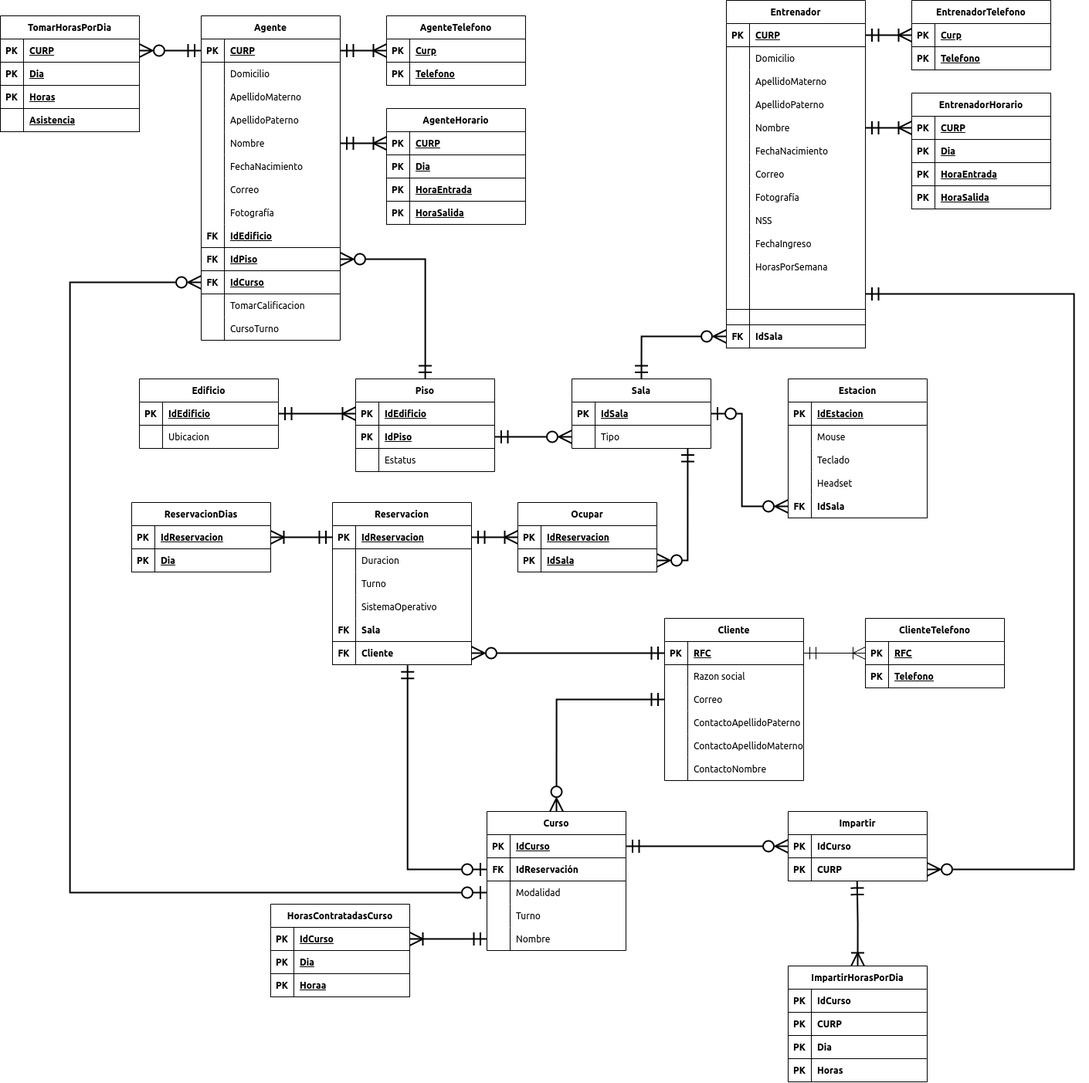
The draw.io diagram ProyectoFinal/Diagramas/Relacional.png in frgaray/FBD-2023-1, before a commit. Source tidied: cells renumbered, new cells last; positions are measured from the earlier drawing's top-left corner, leaving out a move shared by most shapes.
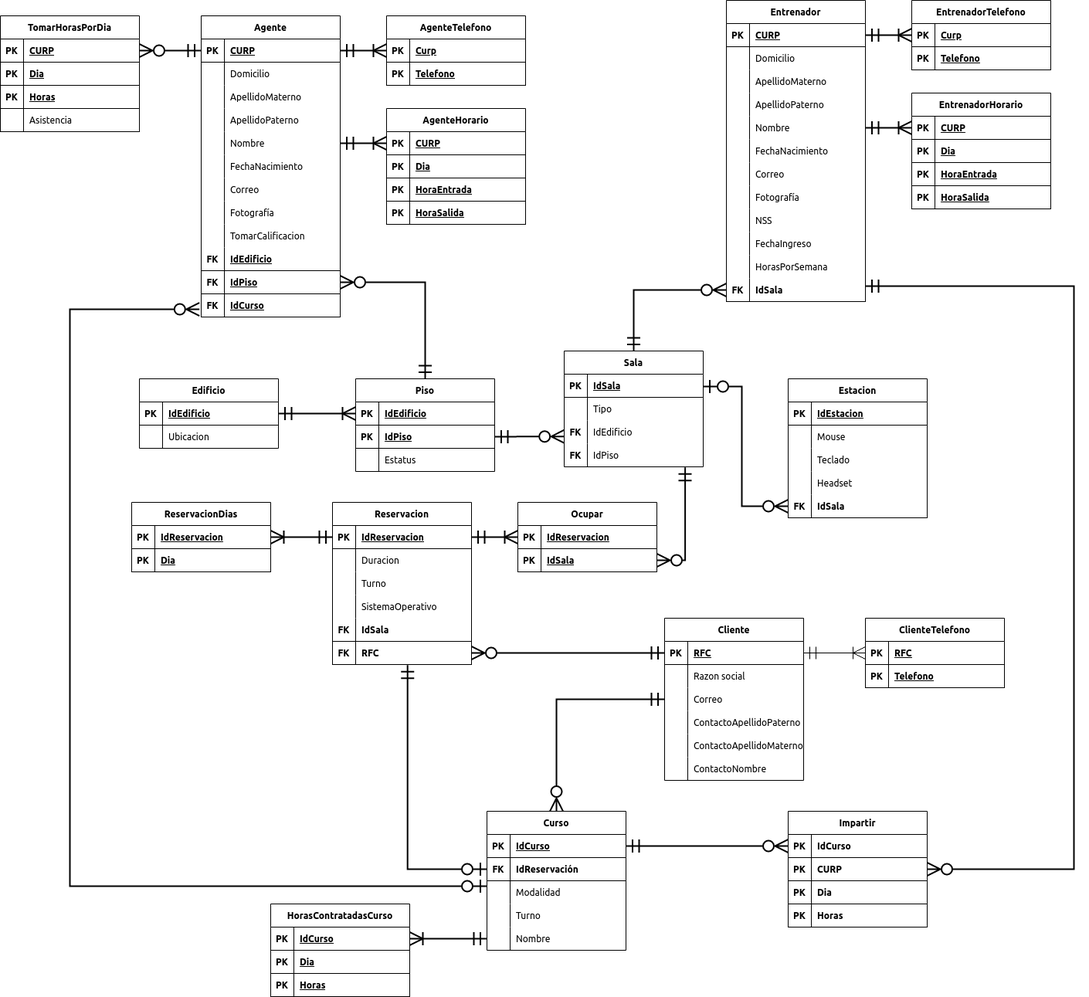
Above is the later version.

What changed in the source:
```diff
@@ -59,3 +59,3 @@
     <mxCell id="20" value="Sala" style="shape=table;startSize=30;rowLines=0;fontStyle=1;align=center;" parent="1" vertex="1">
-      <mxGeometry x="740" y="490" width="180" height="90" as="geometry" />
+      <mxGeometry x="730" y="454" width="180" height="150" as="geometry" />
     </mxCell>
@@ -79,6 +79,22 @@
     </mxCell>
+    <mxCell id="305" style="shape=tableRow;horizontal=0;startSize=0;swimlaneHead=0;swimlaneBody=0;fillColor=none;points=[[0,0.5],[1,0.5]];portConstraint=eastwest;top=0;left=0;right=0;bottom=0;" parent="20" vertex="1">
+      <mxGeometry y="90" width="180" height="30" as="geometry" />
+    </mxCell>
+    <mxCell id="306" value="FK" style="shape=partialRectangle;fillColor=none;top=0;left=0;bottom=0;right=0;overflow=hidden;fontStyle=1;" parent="305" vertex="1">
+      <mxGeometry width="30" height="30" as="geometry" />
+    </mxCell>
+    <mxCell id="307" value="IdEdificio" style="shape=partialRectangle;fillColor=none;top=0;left=0;bottom=0;right=0;align=left;spacingLeft=6;overflow=hidden;" parent="305" vertex="1">
+      <mxGeometry x="30" width="150" height="30" as="geometry" />
+    </mxCell>
+    <mxCell id="308" style="shape=tableRow;horizontal=0;startSize=0;swimlaneHead=0;swimlaneBody=0;fillColor=none;points=[[0,0.5],[1,0.5]];portConstraint=eastwest;top=0;left=0;right=0;bottom=0;" parent="20" vertex="1">
+      <mxGeometry y="120" width="180" height="30" as="geometry" />
+    </mxCell>
+    <mxCell id="309" value="FK" style="shape=partialRectangle;fillColor=none;top=0;left=0;bottom=0;right=0;overflow=hidden;fontStyle=1;" parent="308" vertex="1">
+      <mxGeometry width="30" height="30" as="geometry" />
+    </mxCell>
+    <mxCell id="310" value="IdPiso" style="shape=partialRectangle;fillColor=none;top=0;left=0;bottom=0;right=0;align=left;spacingLeft=6;overflow=hidden;" parent="308" vertex="1">
+      <mxGeometry x="30" width="150" height="30" as="geometry" />
+    </mxCell>
-    <mxCell id="27" style="edgeStyle=orthogonalEdgeStyle;rounded=0;jettySize=auto;html=1;exitX=0;exitY=0.5;exitDx=0;exitDy=0;entryX=1;entryY=0.5;entryDx=0;entryDy=0;startArrow=ERzeroToMany;startFill=0;endArrow=ERmandOne;endFill=0;startSize=14;endSize=14;strokeWidth=2;" parent="1" edge="1" target="13">
-      <mxGeometry relative="1" as="geometry">
-        <mxPoint x="740" y="565" as="sourcePoint" />
-      </mxGeometry>
+    <mxCell id="27" style="edgeStyle=orthogonalEdgeStyle;rounded=0;jettySize=auto;html=1;exitX=0.001;exitY=0.69;exitDx=0;exitDy=0;entryX=1;entryY=0.5;entryDx=0;entryDy=0;startArrow=ERzeroToMany;startFill=0;endArrow=ERmandOne;endFill=0;startSize=14;endSize=14;strokeWidth=2;exitPerimeter=0;" parent="1" edge="1" source="305" target="13">
+      <mxGeometry relative="1" as="geometry" />
     </mxCell>
@@ -136,3 +152,4 @@
           <mxPoint x="960" y="655" />
-          <mxPoint x="960" y="535" />
+          <mxPoint x="960" y="500" />
+          <mxPoint x="910" y="500" />
         </Array>
@@ -270,3 +287,3 @@
     <mxCell id="88" value="Agente" style="shape=table;startSize=30;rowLines=0;fontStyle=1;align=center;" parent="1" vertex="1">
-      <mxGeometry x="260" y="20" width="180" height="420" as="geometry" />
+      <mxGeometry x="260" y="20" width="180" height="390" as="geometry" />
     </mxCell>
@@ -344,4 +361,13 @@
     </mxCell>
+    <mxCell id="122" style="shape=tableRow;horizontal=0;startSize=0;swimlaneHead=0;swimlaneBody=0;fillColor=none;top=0;left=0;right=0;bottom=0;" parent="88" vertex="1">
+      <mxGeometry y="270" width="180" height="30" as="geometry" />
+    </mxCell>
+    <mxCell id="123" style="shape=partialRectangle;fillColor=none;top=0;left=0;bottom=0;right=0;overflow=hidden;" parent="122" vertex="1">
+      <mxGeometry width="30" height="30" as="geometry" />
+    </mxCell>
+    <mxCell id="124" value="TomarCalificacion" style="shape=partialRectangle;fillColor=none;top=0;left=0;bottom=0;right=0;align=left;spacingLeft=6;overflow=hidden;" parent="122" vertex="1">
+      <mxGeometry x="30" width="150" height="30" as="geometry" />
+    </mxCell>
     <mxCell id="113" style="shape=tableRow;horizontal=0;startSize=0;swimlaneHead=0;swimlaneBody=0;fillColor=none;top=0;left=0;right=0;bottom=1;" parent="88" vertex="1">
-      <mxGeometry y="270" width="180" height="30" as="geometry" />
+      <mxGeometry y="300" width="180" height="30" as="geometry" />
     </mxCell>
@@ -354,3 +380,3 @@
     <mxCell id="116" style="shape=tableRow;horizontal=0;startSize=0;swimlaneHead=0;swimlaneBody=0;fillColor=none;points=[[0,0.5],[1,0.5]];portConstraint=eastwest;top=0;left=0;right=0;bottom=1;" parent="88" vertex="1">
-      <mxGeometry y="300" width="180" height="30" as="geometry" />
+      <mxGeometry y="330" width="180" height="30" as="geometry" />
     </mxCell>
@@ -363,3 +389,3 @@
     <mxCell id="119" style="shape=tableRow;horizontal=0;startSize=0;swimlaneHead=0;swimlaneBody=0;fillColor=none;points=[[0,0.5],[1,0.5]];portConstraint=eastwest;top=0;left=0;right=0;bottom=1;" parent="88" vertex="1">
-      <mxGeometry y="330" width="180" height="30" as="geometry" />
+      <mxGeometry y="360" width="180" height="30" as="geometry" />
     </mxCell>
@@ -371,20 +397,2 @@
     </mxCell>
-    <mxCell id="122" style="shape=tableRow;horizontal=0;startSize=0;swimlaneHead=0;swimlaneBody=0;fillColor=none;top=0;left=0;right=0;bottom=0;" parent="88" vertex="1">
-      <mxGeometry y="360" width="180" height="30" as="geometry" />
-    </mxCell>
-    <mxCell id="123" style="shape=partialRectangle;fillColor=none;top=0;left=0;bottom=0;right=0;overflow=hidden;" parent="122" vertex="1">
-      <mxGeometry width="30" height="30" as="geometry" />
-    </mxCell>
-    <mxCell id="124" value="TomarCalificacion" style="shape=partialRectangle;fillColor=none;top=0;left=0;bottom=0;right=0;align=left;spacingLeft=6;overflow=hidden;" parent="122" vertex="1">
-      <mxGeometry x="30" width="150" height="30" as="geometry" />
-    </mxCell>
-    <mxCell id="125" style="shape=tableRow;horizontal=0;startSize=0;swimlaneHead=0;swimlaneBody=0;fillColor=none;top=0;left=0;right=0;bottom=0;" parent="88" vertex="1">
-      <mxGeometry y="390" width="180" height="30" as="geometry" />
-    </mxCell>
-    <mxCell id="126" style="shape=partialRectangle;fillColor=none;top=0;left=0;bottom=0;right=0;overflow=hidden;" parent="125" vertex="1">
-      <mxGeometry width="30" height="30" as="geometry" />
-    </mxCell>
-    <mxCell id="127" value="CursoTurno" style="shape=partialRectangle;fillColor=none;top=0;left=0;bottom=0;right=0;align=left;spacingLeft=6;overflow=hidden;" parent="125" vertex="1">
-      <mxGeometry x="30" width="150" height="30" as="geometry" />
-    </mxCell>
     <mxCell id="128" value="AgenteTelefono" style="shape=table;startSize=30;rowLines=0;fontStyle=1;align=center;" parent="1" vertex="1">
@@ -414,3 +422,3 @@
     <mxCell id="136" value="Entrenador" style="shape=table;startSize=30;rowLines=0;fontStyle=1;align=center;" parent="1" vertex="1">
-      <mxGeometry x="940" width="180" height="450" as="geometry" />
+      <mxGeometry x="940" width="180" height="390" as="geometry" />
     </mxCell>
@@ -515,22 +523,4 @@
     </mxCell>
-    <mxCell id="170" style="shape=tableRow;horizontal=0;startSize=0;swimlaneHead=0;swimlaneBody=0;fillColor=none;points=[[0,0.5],[1,0.5]];portConstraint=eastwest;top=0;left=0;right=0;bottom=1;" parent="136" vertex="1">
-      <mxGeometry y="360" width="180" height="40" as="geometry" />
-    </mxCell>
-    <mxCell id="171" style="shape=partialRectangle;fillColor=none;top=0;left=0;bottom=0;right=0;fontStyle=1;overflow=hidden;" parent="170" vertex="1">
-      <mxGeometry width="30" height="40" as="geometry" />
-    </mxCell>
-    <mxCell id="172" style="shape=partialRectangle;fillColor=none;top=0;left=0;bottom=0;right=0;align=left;spacingLeft=6;fontStyle=1;overflow=hidden;" parent="170" vertex="1">
-      <mxGeometry x="30" width="150" height="40" as="geometry" />
-    </mxCell>
-    <mxCell id="173" style="shape=tableRow;horizontal=0;startSize=0;swimlaneHead=0;swimlaneBody=0;fillColor=none;top=0;left=0;right=0;bottom=1;" parent="136" vertex="1">
-      <mxGeometry y="400" width="180" height="20" as="geometry" />
-    </mxCell>
-    <mxCell id="174" style="shape=partialRectangle;fillColor=none;top=0;left=0;bottom=0;right=0;fontStyle=1;overflow=hidden;" parent="173" vertex="1">
-      <mxGeometry width="30" height="20" as="geometry" />
-    </mxCell>
-    <mxCell id="175" style="shape=partialRectangle;fillColor=none;top=0;left=0;bottom=0;right=0;align=left;spacingLeft=6;fontStyle=1;overflow=hidden;" parent="173" vertex="1">
-      <mxGeometry x="30" width="150" height="20" as="geometry" />
-    </mxCell>
     <mxCell id="176" style="shape=tableRow;horizontal=0;startSize=0;swimlaneHead=0;swimlaneBody=0;fillColor=none;points=[[0,0.5],[1,0.5]];portConstraint=eastwest;top=0;left=0;right=0;bottom=1;" parent="136" vertex="1">
-      <mxGeometry y="420" width="180" height="30" as="geometry" />
+      <mxGeometry y="360" width="180" height="30" as="geometry" />
     </mxCell>
@@ -701,3 +691,3 @@
     </mxCell>
-    <mxCell id="232" value="Sala" style="shape=partialRectangle;fillColor=none;top=0;left=0;bottom=0;right=0;align=left;spacingLeft=6;fontStyle=1;overflow=hidden;" parent="230" vertex="1">
+    <mxCell id="232" value="IdSala" style="shape=partialRectangle;fillColor=none;top=0;left=0;bottom=0;right=0;align=left;spacingLeft=6;fontStyle=1;overflow=hidden;" parent="230" vertex="1">
       <mxGeometry x="30" width="150" height="30" as="geometry" />
@@ -710,3 +700,3 @@
     </mxCell>
-    <mxCell id="235" value="Cliente" style="shape=partialRectangle;fillColor=none;top=0;left=0;bottom=0;right=0;align=left;spacingLeft=6;fontStyle=1;overflow=hidden;" parent="233" vertex="1">
+    <mxCell id="235" value="RFC" style="shape=partialRectangle;fillColor=none;top=0;left=0;bottom=0;right=0;align=left;spacingLeft=6;fontStyle=1;overflow=hidden;" parent="233" vertex="1">
       <mxGeometry x="30" width="150" height="30" as="geometry" />
@@ -764,3 +754,3 @@
     </mxCell>
-    <mxCell id="253" style="edgeStyle=orthogonalEdgeStyle;rounded=0;jettySize=auto;html=1;exitX=1;exitY=0.5;exitDx=0;exitDy=0;entryX=0.833;entryY=1;entryDx=0;entryDy=0;entryPerimeter=0;strokeWidth=2;startArrow=ERzeroToMany;startFill=0;endArrow=ERmandOne;endFill=0;startSize=14;endSize=14;" parent="1" edge="1" source="249" target="24">
+    <mxCell id="253" style="edgeStyle=orthogonalEdgeStyle;rounded=0;jettySize=auto;html=1;exitX=1;exitY=0.5;exitDx=0;exitDy=0;entryX=0.87;entryY=1.023;entryDx=0;entryDy=0;entryPerimeter=0;strokeWidth=2;startArrow=ERzeroToMany;startFill=0;endArrow=ERmandOne;endFill=0;startSize=14;endSize=14;" parent="1" edge="1" source="249" target="308">
       <mxGeometry relative="1" as="geometry" />
@@ -797,3 +787,3 @@
     </mxCell>
-    <mxCell id="264" value="Horaa" style="shape=partialRectangle;fillColor=none;top=0;left=0;bottom=0;right=0;align=left;spacingLeft=6;fontStyle=5;overflow=hidden;" parent="262" vertex="1">
+    <mxCell id="264" value="Horas" style="shape=partialRectangle;fillColor=none;top=0;left=0;bottom=0;right=0;align=left;spacingLeft=6;fontStyle=5;overflow=hidden;" parent="262" vertex="1">
       <mxGeometry x="30" width="150" height="30" as="geometry" />
@@ -806,31 +796,11 @@
     </mxCell>
-    <mxCell id="267" value="Impartir" style="shape=table;startSize=30;rowLines=0;fontStyle=1;align=center;" parent="1" vertex="1">
-      <mxGeometry x="1020" y="1050" width="180" height="90" as="geometry" />
-    </mxCell>
-    <mxCell id="268" style="shape=tableRow;horizontal=0;startSize=0;swimlaneHead=0;swimlaneBody=0;fillColor=none;points=[[0,0.5],[1,0.5]];portConstraint=eastwest;top=0;left=0;right=0;bottom=1;" parent="267" vertex="1">
-      <mxGeometry y="30" width="180" height="30" as="geometry" />
-    </mxCell>
-    <mxCell id="269" value="PK" style="shape=partialRectangle;fillColor=none;top=0;left=0;bottom=0;right=0;fontStyle=1;overflow=hidden;" parent="268" vertex="1">
-      <mxGeometry width="30" height="30" as="geometry" />
-    </mxCell>
-    <mxCell id="270" value="IdCurso" style="shape=partialRectangle;fillColor=none;top=0;left=0;bottom=0;right=0;align=left;spacingLeft=6;fontStyle=1;overflow=hidden;" parent="268" vertex="1">
-      <mxGeometry x="30" width="150" height="30" as="geometry" />
-    </mxCell>
-    <mxCell id="271" style="shape=tableRow;horizontal=0;startSize=0;swimlaneHead=0;swimlaneBody=0;fillColor=none;points=[[0,0.5],[1,0.5]];portConstraint=eastwest;top=0;left=0;right=0;bottom=1;" parent="267" vertex="1">
-      <mxGeometry y="60" width="180" height="30" as="geometry" />
-    </mxCell>
-    <mxCell id="272" value="PK" style="shape=partialRectangle;fillColor=none;top=0;left=0;bottom=0;right=0;fontStyle=1;overflow=hidden;" parent="271" vertex="1">
-      <mxGeometry width="30" height="30" as="geometry" />
-    </mxCell>
-    <mxCell id="273" value="CURP" style="shape=partialRectangle;fillColor=none;top=0;left=0;bottom=0;right=0;align=left;spacingLeft=6;fontStyle=1;overflow=hidden;" parent="271" vertex="1">
-      <mxGeometry x="30" width="150" height="30" as="geometry" />
-    </mxCell>
-    <mxCell id="274" style="edgeStyle=orthogonalEdgeStyle;rounded=0;jettySize=auto;html=1;exitX=0;exitY=0.5;exitDx=0;exitDy=0;entryX=1;entryY=0.5;entryDx=0;entryDy=0;strokeWidth=2;startArrow=ERzeroToMany;startFill=0;endArrow=ERmandOne;endFill=0;startSize=14;endSize=14;" parent="1" edge="1" source="268" target="73">
+    <mxCell id="274" style="edgeStyle=orthogonalEdgeStyle;rounded=0;jettySize=auto;html=1;exitX=0;exitY=0.5;exitDx=0;exitDy=0;entryX=1;entryY=0.5;entryDx=0;entryDy=0;strokeWidth=2;startArrow=ERzeroToMany;startFill=0;endArrow=ERmandOne;endFill=0;startSize=14;endSize=14;" parent="1" edge="1" source="278" target="73">
       <mxGeometry relative="1" as="geometry" />
     </mxCell>
-    <mxCell id="275" style="edgeStyle=orthogonalEdgeStyle;rounded=0;jettySize=auto;html=1;exitX=1;exitY=0.5;exitDx=0;exitDy=0;entryX=1;entryY=0.5;entryDx=0;entryDy=0;strokeWidth=2;startArrow=ERzeroToMany;startFill=0;endArrow=ERmandOne;endFill=0;startSize=14;endSize=14;" parent="1" edge="1" source="271" target="170">
+    <mxCell id="275" style="edgeStyle=orthogonalEdgeStyle;rounded=0;jettySize=auto;html=1;entryX=1;entryY=0.5;entryDx=0;entryDy=0;strokeWidth=2;startArrow=ERzeroToMany;startFill=0;endArrow=ERmandOne;endFill=0;startSize=14;endSize=14;" parent="1" edge="1" source="281">
       <mxGeometry relative="1" as="geometry">
+        <mxPoint x="1120" y="370" as="targetPoint" />
         <Array as="points">
           <mxPoint x="1390" y="1125" />
-          <mxPoint x="1390" y="380" />
+          <mxPoint x="1390" y="370" />
         </Array>
@@ -838,7 +808,4 @@
     </mxCell>
-    <mxCell id="276" style="edgeStyle=orthogonalEdgeStyle;rounded=0;jettySize=auto;html=1;exitX=0.5;exitY=0;exitDx=0;exitDy=0;entryX=0.496;entryY=1.018;entryDx=0;entryDy=0;entryPerimeter=0;strokeWidth=2;startArrow=ERoneToMany;startFill=0;endArrow=ERmandOne;endFill=0;startSize=14;endSize=14;" parent="1" edge="1" source="277" target="271">
-      <mxGeometry relative="1" as="geometry" />
-    </mxCell>
-    <mxCell id="277" value="ImpartirHorasPorDia" style="shape=table;startSize=30;rowLines=0;fontStyle=1;align=center;" parent="1" vertex="1">
-      <mxGeometry x="1020" y="1250" width="180" height="150" as="geometry" />
+    <mxCell id="277" value="Impartir" style="shape=table;startSize=30;rowLines=0;fontStyle=1;align=center;" parent="1" vertex="1">
+      <mxGeometry x="1020" y="1050" width="180" height="150" as="geometry" />
     </mxCell>
@@ -916,3 +883,3 @@
     </mxCell>
-    <mxCell id="302" value="Asistencia" style="shape=partialRectangle;fillColor=none;top=0;left=0;bottom=0;right=0;align=left;spacingLeft=6;fontStyle=5;overflow=hidden;" parent="300" vertex="1">
+    <mxCell id="302" value="Asistencia" style="shape=partialRectangle;fillColor=none;top=0;left=0;bottom=0;right=0;align=left;spacingLeft=6;fontStyle=0;overflow=hidden;" parent="300" vertex="1">
       <mxGeometry x="30" width="150" height="30" as="geometry" />
@@ -922,7 +889,9 @@
     </mxCell>
-    <mxCell id="304" style="edgeStyle=orthogonalEdgeStyle;rounded=0;jettySize=auto;html=1;exitX=0;exitY=0.5;exitDx=0;exitDy=0;entryX=0;entryY=0.5;entryDx=0;entryDy=0;strokeWidth=2;startArrow=ERzeroToOne;startFill=0;endArrow=ERzeroToMany;endFill=0;startSize=14;endSize=14;" parent="1" edge="1" source="79" target="119">
+    <mxCell id="304" style="edgeStyle=orthogonalEdgeStyle;rounded=0;jettySize=auto;html=1;exitX=0;exitY=0.5;exitDx=0;exitDy=0;strokeWidth=2;startArrow=ERzeroToOne;startFill=0;endArrow=ERzeroToMany;endFill=0;startSize=14;endSize=14;entryX=-0.013;entryY=0.693;entryDx=0;entryDy=0;entryPerimeter=0;" parent="1" edge="1" target="119">
       <mxGeometry relative="1" as="geometry">
+        <mxPoint x="630" y="1147" as="sourcePoint" />
         <Array as="points">
-          <mxPoint x="90" y="1155" />
-          <mxPoint x="90" y="365" />
+          <mxPoint x="90" y="1147" />
+          <mxPoint x="90" y="400" />
+          <mxPoint x="258" y="400" />
         </Array>
```
